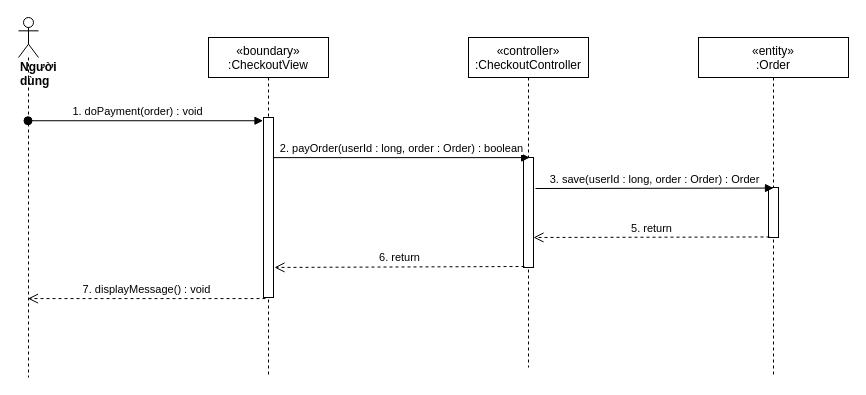
This is sequence diagram/checkout-sequence (1).drawio from nguyenphamvan/datn_20202, a draw.io file, before an edit. Source tidied: cells renumbered, new cells numbered last; positions are measured from the earlier drawing's top-left corner, leaving out a move shared by most shapes. Both pictures are drawn from the tidied source at 100%, with x=0, y=0 at pixel (18, 17).
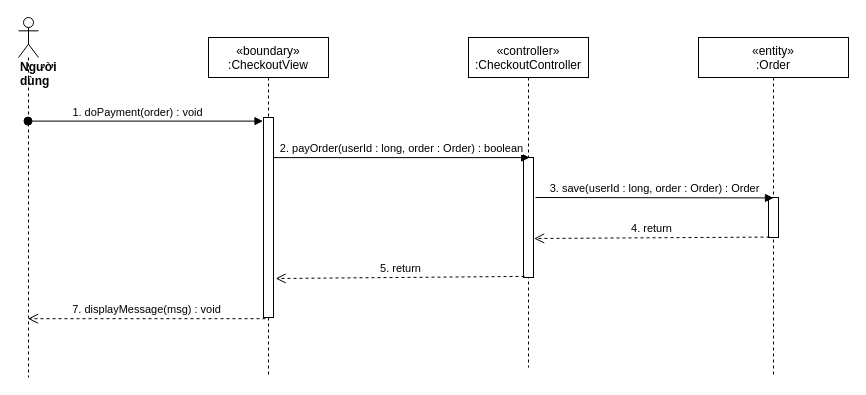
The same page after the edit.

What changed in the source:
```diff
@@
 <mxGraphModel>
   <root>
     <mxCell id="0" />
     <mxCell id="1" parent="0" />
     <mxCell id="2" value="«boundary»&#10;:CheckoutView" style="shape=umlLifeline;perimeter=lifelinePerimeter;rounded=0;shadow=0;strokeWidth=1;" parent="1" vertex="1">
       <mxGeometry x="190" y="20" width="120" height="340" as="geometry" />
     </mxCell>
     <mxCell id="3" style="points=[];perimeter=orthogonalPerimeter;rounded=0;shadow=0;strokeWidth=1;" parent="2" vertex="1">
-      <mxGeometry x="55" y="80" width="10" height="180" as="geometry" />
+      <mxGeometry x="55" y="80" width="10" height="200" as="geometry" />
     </mxCell>
     <mxCell id="4" value="«controller»&#10;:CheckoutController" style="shape=umlLifeline;perimeter=lifelinePerimeter;rounded=0;shadow=0;strokeWidth=1;" parent="1" vertex="1">
       <mxGeometry x="450" y="20" width="120" height="330" as="geometry" />
     </mxCell>
     <mxCell id="5" style="points=[];perimeter=orthogonalPerimeter;rounded=0;shadow=0;strokeWidth=1;" parent="4" vertex="1">
-      <mxGeometry x="55" y="120" width="10" height="110" as="geometry" />
+      <mxGeometry x="55" y="120" width="10" height="120" as="geometry" />
     </mxCell>
     <mxCell id="6" value="&lt;div&gt;&lt;b&gt;Người dùng&lt;/b&gt;&lt;/div&gt;" style="shape=umlLifeline;participant=umlActor;perimeter=lifelinePerimeter;whiteSpace=wrap;html=1;verticalAlign=top;spacingTop=36;outlineConnect=0;align=left;" parent="1" vertex="1">
       <mxGeometry width="20" height="360" as="geometry" />
     </mxCell>
     <mxCell id="7" value="1. doPayment(order) : void" style="verticalAlign=bottom;startArrow=oval;endArrow=block;startSize=8;shadow=0;strokeWidth=1;entryX=-0.05;entryY=0.018;entryDx=0;entryDy=0;entryPerimeter=0;" parent="1" edge="1" source="6" target="3">
       <mxGeometry x="-0.06" relative="1" as="geometry" />
     </mxCell>
     <mxCell id="8" value="2. payOrder(userId : long, order : Order) : boolean" style="html=1;verticalAlign=bottom;endArrow=block;entryX=0.617;entryY=0.001;entryDx=0;entryDy=0;entryPerimeter=0;" parent="1" edge="1" source="3" target="5">
       <mxGeometry relative="1" as="geometry" />
     </mxCell>
     <mxCell id="9" value="«entity»&#10;:Order" style="shape=umlLifeline;perimeter=lifelinePerimeter;rounded=0;shadow=0;strokeWidth=1;" parent="1" vertex="1">
       <mxGeometry x="680" y="20" width="150" height="340" as="geometry" />
     </mxCell>
     <mxCell id="10" style="points=[];perimeter=orthogonalPerimeter;rounded=0;shadow=0;strokeWidth=1;" parent="9" vertex="1">
-      <mxGeometry x="70" y="150" width="10" height="50" as="geometry" />
+      <mxGeometry x="70" y="160" width="10" height="40" as="geometry" />
     </mxCell>
     <mxCell id="11" value="3. save(userId : long, order : Order) : Order" style="html=1;verticalAlign=bottom;endArrow=block;entryX=0.5;entryY=0.011;entryDx=0;entryDy=0;entryPerimeter=0;" parent="1" edge="1" target="10">
       <mxGeometry relative="1" as="geometry">
-        <mxPoint x="517" y="171" as="sourcePoint" />
+        <mxPoint x="517" y="180" as="sourcePoint" />
       </mxGeometry>
     </mxCell>
-    <mxCell id="12" value="5. return" style="html=1;verticalAlign=bottom;endArrow=open;dashed=1;endSize=8;exitX=0.1;exitY=0.989;exitDx=0;exitDy=0;exitPerimeter=0;entryX=1;entryY=0.727;entryDx=0;entryDy=0;entryPerimeter=0;" parent="1" edge="1" source="10" target="5">
+    <mxCell id="12" value="4. return" style="html=1;verticalAlign=bottom;endArrow=open;dashed=1;endSize=8;exitX=0.1;exitY=0.989;exitDx=0;exitDy=0;exitPerimeter=0;entryX=1.06;entryY=0.675;entryDx=0;entryDy=0;entryPerimeter=0;" parent="1" edge="1" source="10" target="5">
       <mxGeometry relative="1" as="geometry" />
     </mxCell>
-    <mxCell id="13" value="7. displayMessage() : void" style="html=1;verticalAlign=bottom;endArrow=open;dashed=1;endSize=8;exitX=0.2;exitY=1.006;exitDx=0;exitDy=0;exitPerimeter=0;" parent="1" edge="1" source="3" target="6">
+    <mxCell id="13" value="7. displayMessage(msg) : void" style="html=1;verticalAlign=bottom;endArrow=open;dashed=1;endSize=8;exitX=0.2;exitY=1.006;exitDx=0;exitDy=0;exitPerimeter=0;" parent="1" edge="1" source="3" target="6">
       <mxGeometry relative="1" as="geometry" />
     </mxCell>
-    <mxCell id="14" value="6. return" style="html=1;verticalAlign=bottom;endArrow=open;dashed=1;endSize=8;exitX=0.1;exitY=0.991;exitDx=0;exitDy=0;exitPerimeter=0;entryX=1.1;entryY=0.833;entryDx=0;entryDy=0;entryPerimeter=0;" parent="1" edge="1" source="5" target="3">
+    <mxCell id="14" value="5. return" style="html=1;verticalAlign=bottom;endArrow=open;dashed=1;endSize=8;exitX=0.1;exitY=0.991;exitDx=0;exitDy=0;exitPerimeter=0;entryX=1.22;entryY=0.805;entryDx=0;entryDy=0;entryPerimeter=0;" parent="1" edge="1" source="5" target="3">
       <mxGeometry relative="1" as="geometry" />
     </mxCell>
   </root>
 </mxGraphModel>
```
